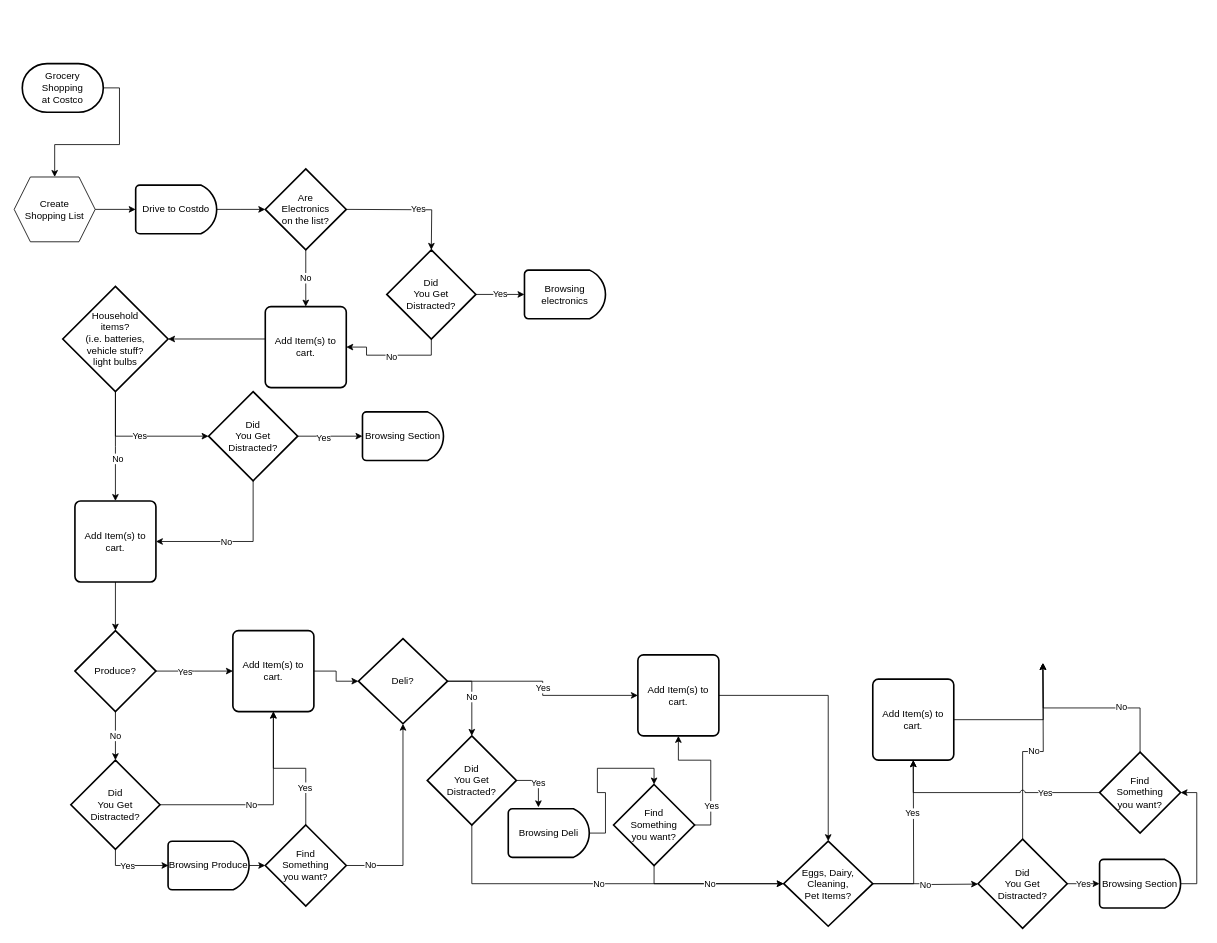
Before: Untitled Diagram.drawio in Teagan94/flowcharts, a draw.io diagram. Source tidied: cells renumbered, new cells numbered last; positions are measured from the earlier drawing's top-left corner, leaving out a move shared by most shapes. Both pictures are drawn from the tidied source at 81%, with x=0, y=0 at pixel (14, 63).
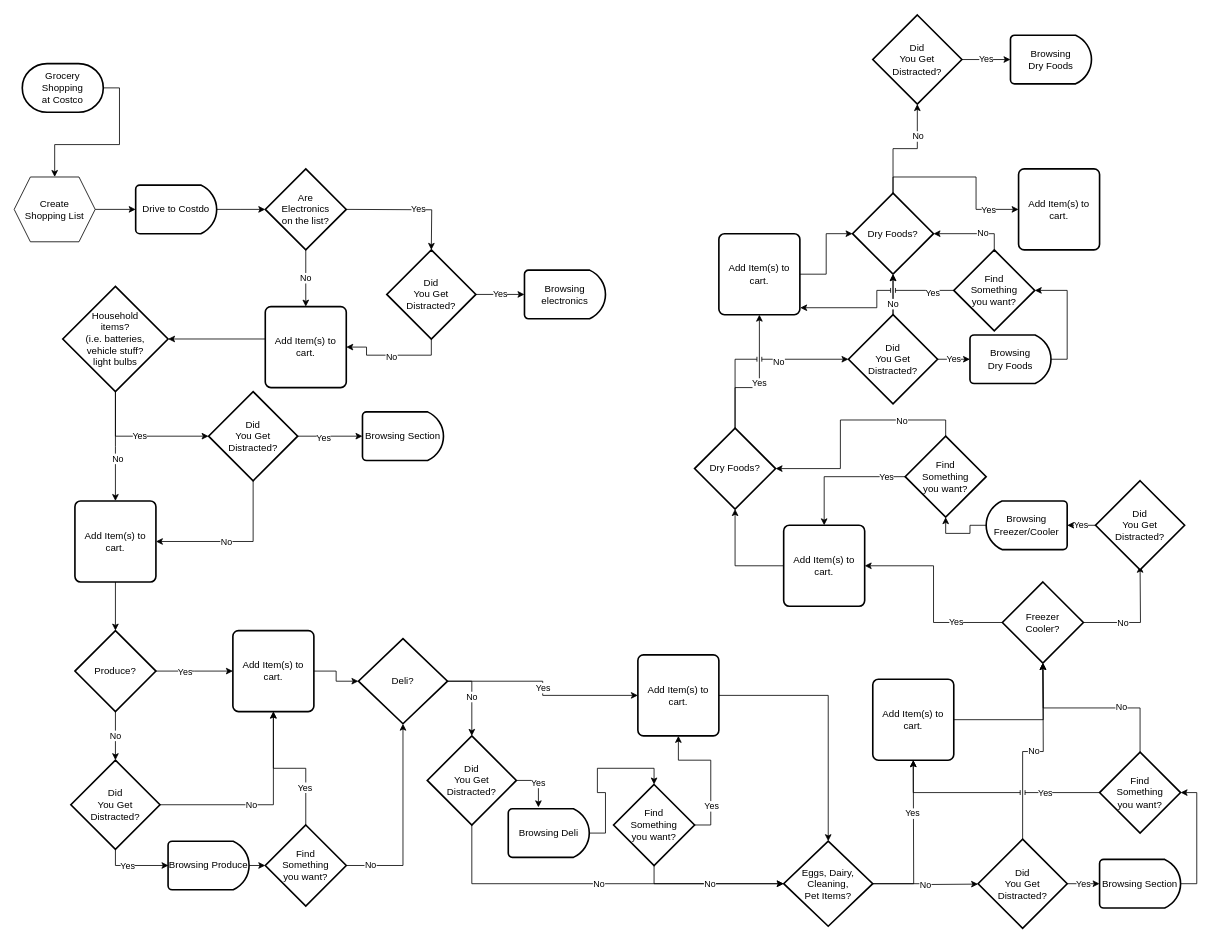
Above is the later version.

Unchanged cells that the change refers to:
```xml
<mxCell id="73" value="Add Item(s) to cart." style="rounded=1;whiteSpace=wrap;html=1;absoluteArcSize=1;arcSize=14;strokeWidth=2;" parent="1" vertex="1">
  <mxGeometry x="1060" y="760" width="100" height="100" as="geometry" />
</mxCell>
<mxCell id="80" value="Find&lt;br&gt;Something&lt;br&gt;you want?" style="strokeWidth=2;html=1;shape=mxgraph.flowchart.decision;whiteSpace=wrap;" parent="1" vertex="1">
  <mxGeometry x="1340" y="850" width="100" height="100" as="geometry" />
</mxCell>
```

Change to the diagram source:
```diff
@@
-    <mxCell id="76" style="edgeStyle=orthogonalEdgeStyle;rounded=0;jettySize=auto;html=1;exitX=0;exitY=0.5;exitDx=0;exitDy=0;exitPerimeter=0;entryX=0.5;entryY=1;entryDx=0;entryDy=0;jumpStyle=arc;" parent="1" edge="1" source="80" target="73">
+    <mxCell id="76" style="edgeStyle=orthogonalEdgeStyle;rounded=0;jettySize=auto;html=1;exitX=0;exitY=0.5;exitDx=0;exitDy=0;exitPerimeter=0;entryX=0.5;entryY=1;entryDx=0;entryDy=0;jumpStyle=line;" parent="1" edge="1" source="80" target="73">
       <mxGeometry relative="1" as="geometry" />
     </mxCell>
@@
+    <mxCell id="81" style="edgeStyle=orthogonalEdgeStyle;rounded=0;jettySize=auto;html=1;exitX=0;exitY=0.5;exitDx=0;exitDy=0;exitPerimeter=0;entryX=1;entryY=0.5;entryDx=0;entryDy=0;" parent="1" edge="1" source="85" target="96">
+      <mxGeometry relative="1" as="geometry" />
+    </mxCell>
+    <mxCell id="82" value="Yes" style="edgeLabel;html=1;align=center;verticalAlign=middle;" parent="81" vertex="1">
+      <mxGeometry x="-0.52" y="-1" relative="1" as="geometry" />
+    </mxCell>
+    <mxCell id="83" style="edgeStyle=orthogonalEdgeStyle;rounded=0;jettySize=auto;html=1;exitX=1;exitY=0.5;exitDx=0;exitDy=0;exitPerimeter=0;" parent="1" edge="1" source="85">
+      <mxGeometry relative="1" as="geometry">
+        <mxPoint x="1390" y="620" as="targetPoint" />
+      </mxGeometry>
+    </mxCell>
+    <mxCell id="84" value="No" style="edgeLabel;html=1;align=center;verticalAlign=middle;" parent="83" vertex="1">
+      <mxGeometry x="-0.31" relative="1" as="geometry" />
+    </mxCell>
+    <mxCell id="85" value="Freezer&lt;br&gt;Cooler?" style="strokeWidth=2;html=1;shape=mxgraph.flowchart.decision;whiteSpace=wrap;" parent="1" vertex="1">
+      <mxGeometry x="1220" y="640" width="100" height="100" as="geometry" />
+    </mxCell>
+    <mxCell id="86" value="Yes" style="edgeStyle=orthogonalEdgeStyle;rounded=0;jettySize=auto;html=1;exitX=0;exitY=0.5;exitDx=0;exitDy=0;exitPerimeter=0;entryX=0;entryY=0.5;entryDx=0;entryDy=0;entryPerimeter=0;" parent="1" edge="1" source="87" target="89">
+      <mxGeometry relative="1" as="geometry" />
+    </mxCell>
+    <mxCell id="87" value="Did&lt;br style=&quot;border-color: var(--border-color);&quot;&gt;You Get&lt;br style=&quot;border-color: var(--border-color);&quot;&gt;Distracted?" style="strokeWidth=2;html=1;shape=mxgraph.flowchart.decision;whiteSpace=wrap;" parent="1" vertex="1">
+      <mxGeometry x="1335" y="515" width="110" height="110" as="geometry" />
+    </mxCell>
+    <mxCell id="88" style="edgeStyle=orthogonalEdgeStyle;rounded=0;jettySize=auto;html=1;exitX=1;exitY=0.5;exitDx=0;exitDy=0;exitPerimeter=0;" parent="1" edge="1" source="89" target="94">
+      <mxGeometry relative="1" as="geometry" />
+    </mxCell>
+    <mxCell id="89" value="Browsing&lt;br&gt;Freezer/Cooler" style="strokeWidth=2;html=1;shape=mxgraph.flowchart.delay;whiteSpace=wrap;direction=west;" parent="1" vertex="1">
+      <mxGeometry x="1200" y="540" width="100" height="60" as="geometry" />
+    </mxCell>
+    <mxCell id="90" style="edgeStyle=orthogonalEdgeStyle;rounded=0;jettySize=auto;html=1;exitX=0;exitY=0.5;exitDx=0;exitDy=0;exitPerimeter=0;entryX=0.5;entryY=0;entryDx=0;entryDy=0;" parent="1" edge="1" source="94" target="96">
+      <mxGeometry relative="1" as="geometry" />
+    </mxCell>
+    <mxCell id="91" value="Yes" style="edgeLabel;html=1;align=center;verticalAlign=middle;" parent="90" vertex="1">
+      <mxGeometry x="-0.7" relative="1" as="geometry" />
+    </mxCell>
+    <mxCell id="92" style="edgeStyle=orthogonalEdgeStyle;rounded=0;jettySize=auto;html=1;exitX=0.5;exitY=0;exitDx=0;exitDy=0;exitPerimeter=0;entryX=1;entryY=0.5;entryDx=0;entryDy=0;entryPerimeter=0;" parent="1" edge="1" source="94" target="100">
+      <mxGeometry relative="1" as="geometry" />
+    </mxCell>
+    <mxCell id="93" value="No" style="edgeLabel;html=1;align=center;verticalAlign=middle;" parent="92" vertex="1">
+      <mxGeometry x="-0.48" y="1" relative="1" as="geometry" />
+    </mxCell>
+    <mxCell id="94" value="Find&lt;br&gt;Something&lt;br&gt;you want?" style="strokeWidth=2;html=1;shape=mxgraph.flowchart.decision;whiteSpace=wrap;" parent="1" vertex="1">
+      <mxGeometry x="1100" y="460" width="100" height="100" as="geometry" />
+    </mxCell>
+    <mxCell id="95" style="edgeStyle=orthogonalEdgeStyle;rounded=0;jettySize=auto;html=1;exitX=0;exitY=0.5;exitDx=0;exitDy=0;entryX=0.5;entryY=1;entryDx=0;entryDy=0;entryPerimeter=0;" parent="1" edge="1" source="96" target="100">
+      <mxGeometry relative="1" as="geometry" />
+    </mxCell>
+    <mxCell id="96" value="Add Item(s) to cart." style="rounded=1;whiteSpace=wrap;html=1;absoluteArcSize=1;arcSize=14;strokeWidth=2;" parent="1" vertex="1">
+      <mxGeometry x="950" y="570" width="100" height="100" as="geometry" />
+    </mxCell>
+    <mxCell id="97" value="Yes" style="edgeStyle=orthogonalEdgeStyle;rounded=0;jettySize=auto;html=1;exitX=0.5;exitY=0;exitDx=0;exitDy=0;exitPerimeter=0;entryX=0.5;entryY=1;entryDx=0;entryDy=0;" parent="1" edge="1" source="100" target="106">
+      <mxGeometry relative="1" as="geometry">
+        <Array as="points">
+          <mxPoint x="890" y="400" />
+          <mxPoint x="920" y="400" />
+        </Array>
+      </mxGeometry>
+    </mxCell>
+    <mxCell id="98" style="edgeStyle=orthogonalEdgeStyle;rounded=0;jettySize=auto;html=1;exitX=0.5;exitY=0;exitDx=0;exitDy=0;exitPerimeter=0;entryX=0;entryY=0.5;entryDx=0;entryDy=0;entryPerimeter=0;jumpStyle=line;" parent="1" edge="1" source="100" target="104">
+      <mxGeometry relative="1" as="geometry" />
+    </mxCell>
+    <mxCell id="99" value="No" style="edgeLabel;html=1;align=center;verticalAlign=middle;" parent="98" vertex="1">
+      <mxGeometry x="0.23" y="-2" relative="1" as="geometry" />
+    </mxCell>
+    <mxCell id="100" value="Dry Foods?" style="strokeWidth=2;html=1;shape=mxgraph.flowchart.decision;whiteSpace=wrap;" parent="1" vertex="1">
+      <mxGeometry x="840" y="450" width="100" height="100" as="geometry" />
+    </mxCell>
+    <mxCell id="101" value="Yes" style="edgeStyle=orthogonalEdgeStyle;rounded=0;jettySize=auto;html=1;exitX=1;exitY=0.5;exitDx=0;exitDy=0;exitPerimeter=0;entryX=0;entryY=0.5;entryDx=0;entryDy=0;entryPerimeter=0;" parent="1" edge="1" source="104" target="108">
+      <mxGeometry relative="1" as="geometry" />
+    </mxCell>
+    <mxCell id="102" style="edgeStyle=orthogonalEdgeStyle;rounded=0;jettySize=auto;html=1;exitX=0.5;exitY=0;exitDx=0;exitDy=0;exitPerimeter=0;entryX=0.5;entryY=1;entryDx=0;entryDy=0;entryPerimeter=0;" parent="1" edge="1" source="104" target="113">
+      <mxGeometry relative="1" as="geometry" />
+    </mxCell>
+    <mxCell id="103" value="No" style="edgeStyle=orthogonalEdgeStyle;rounded=0;jettySize=auto;html=1;" parent="1" edge="1" source="104" target="113">
+      <mxGeometry x="-0.5" relative="1" as="geometry">
+        <Array as="points">
+          <mxPoint x="1085" y="290" />
+          <mxPoint x="1085" y="290" />
+        </Array>
+      </mxGeometry>
+    </mxCell>
+    <mxCell id="104" value="Did&lt;br style=&quot;border-color: var(--border-color);&quot;&gt;You Get&lt;br style=&quot;border-color: var(--border-color);&quot;&gt;Distracted?" style="strokeWidth=2;html=1;shape=mxgraph.flowchart.decision;whiteSpace=wrap;" parent="1" vertex="1">
+      <mxGeometry x="1030" y="310" width="110" height="110" as="geometry" />
+    </mxCell>
+    <mxCell id="105" style="edgeStyle=orthogonalEdgeStyle;rounded=0;jettySize=auto;html=1;exitX=1;exitY=0.5;exitDx=0;exitDy=0;entryX=0;entryY=0.5;entryDx=0;entryDy=0;entryPerimeter=0;" parent="1" edge="1" source="106" target="113">
+      <mxGeometry relative="1" as="geometry" />
+    </mxCell>
+    <mxCell id="106" value="Add Item(s) to cart." style="rounded=1;whiteSpace=wrap;html=1;absoluteArcSize=1;arcSize=14;strokeWidth=2;" parent="1" vertex="1">
+      <mxGeometry x="870" y="210" width="100" height="100" as="geometry" />
+    </mxCell>
+    <mxCell id="107" style="edgeStyle=orthogonalEdgeStyle;rounded=0;jettySize=auto;html=1;exitX=1;exitY=0.5;exitDx=0;exitDy=0;exitPerimeter=0;entryX=1;entryY=0.5;entryDx=0;entryDy=0;entryPerimeter=0;" parent="1" edge="1" source="108" target="118">
+      <mxGeometry relative="1" as="geometry" />
+    </mxCell>
+    <mxCell id="108" value="Browsing&lt;br&gt;Dry Foods" style="strokeWidth=2;html=1;shape=mxgraph.flowchart.delay;whiteSpace=wrap;" parent="1" vertex="1">
+      <mxGeometry x="1180" y="335" width="100" height="60" as="geometry" />
+    </mxCell>
+    <mxCell id="109" style="edgeStyle=orthogonalEdgeStyle;rounded=0;jettySize=auto;html=1;exitX=0.5;exitY=0;exitDx=0;exitDy=0;exitPerimeter=0;entryX=0;entryY=0.5;entryDx=0;entryDy=0;" parent="1" edge="1" source="113" target="119">
+      <mxGeometry relative="1" as="geometry" />
+    </mxCell>
+    <mxCell id="110" value="Yes" style="edgeLabel;html=1;align=center;verticalAlign=middle;" parent="109" vertex="1">
+      <mxGeometry x="0.65" relative="1" as="geometry" />
+    </mxCell>
+    <mxCell id="111" style="edgeStyle=orthogonalEdgeStyle;rounded=0;jettySize=auto;html=1;exitX=0.5;exitY=0;exitDx=0;exitDy=0;exitPerimeter=0;entryX=0.5;entryY=1;entryDx=0;entryDy=0;entryPerimeter=0;" parent="1" edge="1" source="113" target="121">
+      <mxGeometry relative="1" as="geometry" />
+    </mxCell>
+    <mxCell id="112" value="No" style="edgeLabel;html=1;align=center;verticalAlign=middle;" parent="111" vertex="1">
+      <mxGeometry x="0.44" relative="1" as="geometry" />
+    </mxCell>
+    <mxCell id="113" value="Dry Foods?" style="strokeWidth=2;html=1;shape=mxgraph.flowchart.decision;whiteSpace=wrap;" parent="1" vertex="1">
+      <mxGeometry x="1035" y="160" width="100" height="100" as="geometry" />
+    </mxCell>
+    <mxCell id="114" style="edgeStyle=orthogonalEdgeStyle;rounded=0;jettySize=auto;html=1;exitX=0.5;exitY=0;exitDx=0;exitDy=0;exitPerimeter=0;entryX=1;entryY=0.5;entryDx=0;entryDy=0;entryPerimeter=0;" parent="1" edge="1" source="118" target="113">
+      <mxGeometry relative="1" as="geometry" />
+    </mxCell>
+    <mxCell id="115" value="No" style="edgeLabel;html=1;align=center;verticalAlign=middle;" parent="114" vertex="1">
+      <mxGeometry x="-0.26" y="-2" relative="1" as="geometry" />
+    </mxCell>
+    <mxCell id="116" style="edgeStyle=orthogonalEdgeStyle;rounded=0;jettySize=auto;html=1;exitX=0;exitY=0.5;exitDx=0;exitDy=0;exitPerimeter=0;jumpStyle=line;entryX=1.004;entryY=0.914;entryDx=0;entryDy=0;entryPerimeter=0;" parent="1" edge="1" source="118" target="106">
+      <mxGeometry relative="1" as="geometry" />
+    </mxCell>
+    <mxCell id="117" value="Yes" style="edgeLabel;html=1;align=center;verticalAlign=middle;" parent="116" vertex="1">
+      <mxGeometry x="-0.74" y="2" relative="1" as="geometry" />
+    </mxCell>
+    <mxCell id="118" value="Find&lt;br&gt;Something&lt;br&gt;you want?" style="strokeWidth=2;html=1;shape=mxgraph.flowchart.decision;whiteSpace=wrap;" parent="1" vertex="1">
+      <mxGeometry x="1160" y="230" width="100" height="100" as="geometry" />
+    </mxCell>
+    <mxCell id="119" value="Add Item(s) to cart." style="rounded=1;whiteSpace=wrap;html=1;absoluteArcSize=1;arcSize=14;strokeWidth=2;" parent="1" vertex="1">
+      <mxGeometry x="1240" y="130" width="100" height="100" as="geometry" />
+    </mxCell>
+    <mxCell id="120" value="Yes" style="edgeStyle=orthogonalEdgeStyle;rounded=0;jettySize=auto;html=1;exitX=1;exitY=0.5;exitDx=0;exitDy=0;exitPerimeter=0;" parent="1" edge="1" source="121">
+      <mxGeometry relative="1" as="geometry">
+        <mxPoint x="1230" y="-5" as="targetPoint" />
+      </mxGeometry>
+    </mxCell>
+    <mxCell id="121" value="Did&lt;br style=&quot;border-color: var(--border-color);&quot;&gt;You Get&lt;br style=&quot;border-color: var(--border-color);&quot;&gt;Distracted?" style="strokeWidth=2;html=1;shape=mxgraph.flowchart.decision;whiteSpace=wrap;" parent="1" vertex="1">
+      <mxGeometry x="1060" y="-60" width="110" height="110" as="geometry" />
+    </mxCell>
+    <mxCell id="122" value="Browsing&lt;br&gt;Dry Foods" style="strokeWidth=2;html=1;shape=mxgraph.flowchart.delay;whiteSpace=wrap;" parent="1" vertex="1">
+      <mxGeometry x="1230" y="-35" width="100" height="60" as="geometry" />
+    </mxCell>
```
